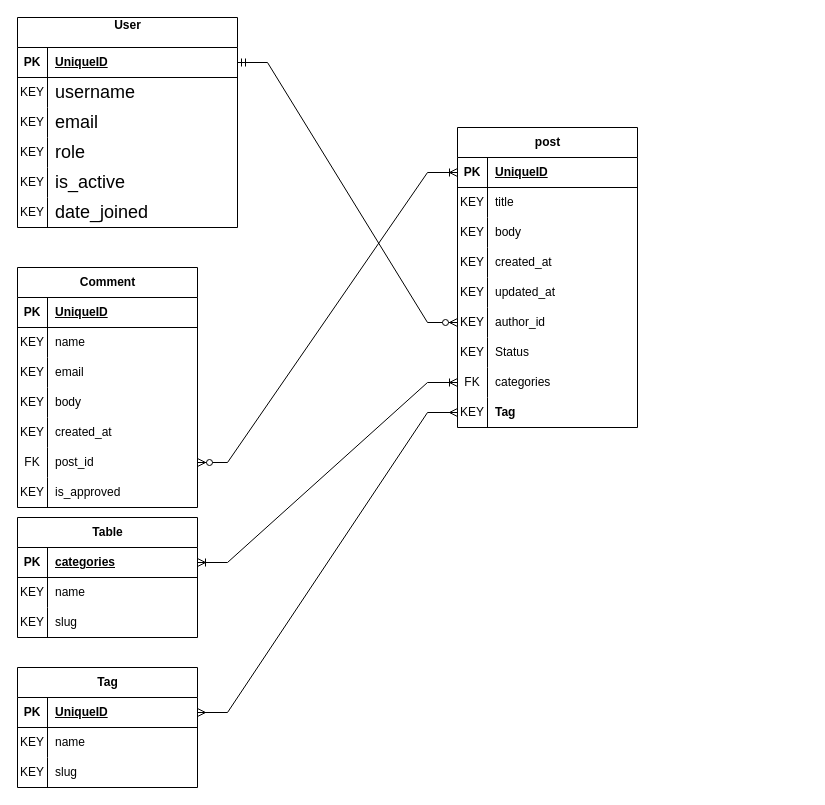
This is ERD Diagram.drawio from Rezanikmanesh-79/weblog, a draw.io file, before an edit. Source tidied: cells renumbered, new cells numbered last; positions are measured from the earlier drawing's top-left corner, leaving out a move shared by most shapes. Both pictures are drawn from the tidied source at 100%, with x=0, y=0 at pixel (17, 17).
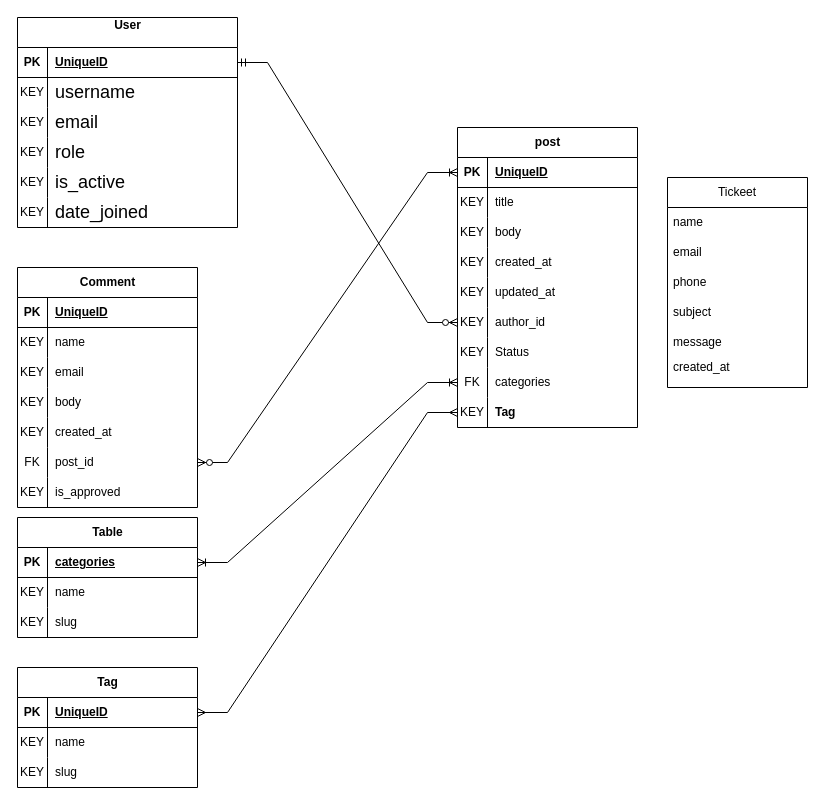
The same page after the edit.

Diff of the diagram source:
```diff
@@
+    <mxCell id="95" value="Tickeet" style="swimlane;fontStyle=0;horizontal=1;startSize=30;whiteSpace=wrap;html=1;" parent="1" vertex="1">
+      <mxGeometry x="650" y="160" width="140" height="210" as="geometry" />
+    </mxCell>
+    <mxCell id="96" value="name" style="text;strokeColor=none;fillColor=none;align=left;verticalAlign=middle;spacingLeft=4;spacingRight=4;overflow=hidden;whiteSpace=wrap;html=1;" parent="95" vertex="1">
+      <mxGeometry y="30" width="140" height="30" as="geometry" />
+    </mxCell>
+    <mxCell id="97" value="email" style="text;strokeColor=none;fillColor=none;align=left;verticalAlign=middle;spacingLeft=4;spacingRight=4;overflow=hidden;whiteSpace=wrap;html=1;" parent="95" vertex="1">
+      <mxGeometry y="60" width="140" height="30" as="geometry" />
+    </mxCell>
+    <mxCell id="98" value="phone" style="text;strokeColor=none;fillColor=none;align=left;verticalAlign=middle;spacingLeft=4;spacingRight=4;overflow=hidden;whiteSpace=wrap;html=1;" parent="95" vertex="1">
+      <mxGeometry y="90" width="140" height="30" as="geometry" />
+    </mxCell>
+    <mxCell id="99" value="subject" style="text;strokeColor=none;fillColor=none;align=left;verticalAlign=middle;spacingLeft=4;spacingRight=4;overflow=hidden;whiteSpace=wrap;html=1;" parent="95" vertex="1">
+      <mxGeometry y="120" width="140" height="30" as="geometry" />
+    </mxCell>
+    <mxCell id="100" value="message" style="text;strokeColor=none;fillColor=none;align=left;verticalAlign=middle;spacingLeft=4;spacingRight=4;overflow=hidden;whiteSpace=wrap;html=1;" parent="95" vertex="1">
+      <mxGeometry y="150" width="140" height="30" as="geometry" />
+    </mxCell>
+    <mxCell id="101" value="&lt;div&gt;created_at&lt;/div&gt;&lt;div&gt;&lt;br&gt;&lt;/div&gt;" style="text;strokeColor=none;fillColor=none;align=left;verticalAlign=middle;spacingLeft=4;spacingRight=4;overflow=hidden;whiteSpace=wrap;html=1;" parent="95" vertex="1">
+      <mxGeometry y="180" width="140" height="30" as="geometry" />
+    </mxCell>
```
